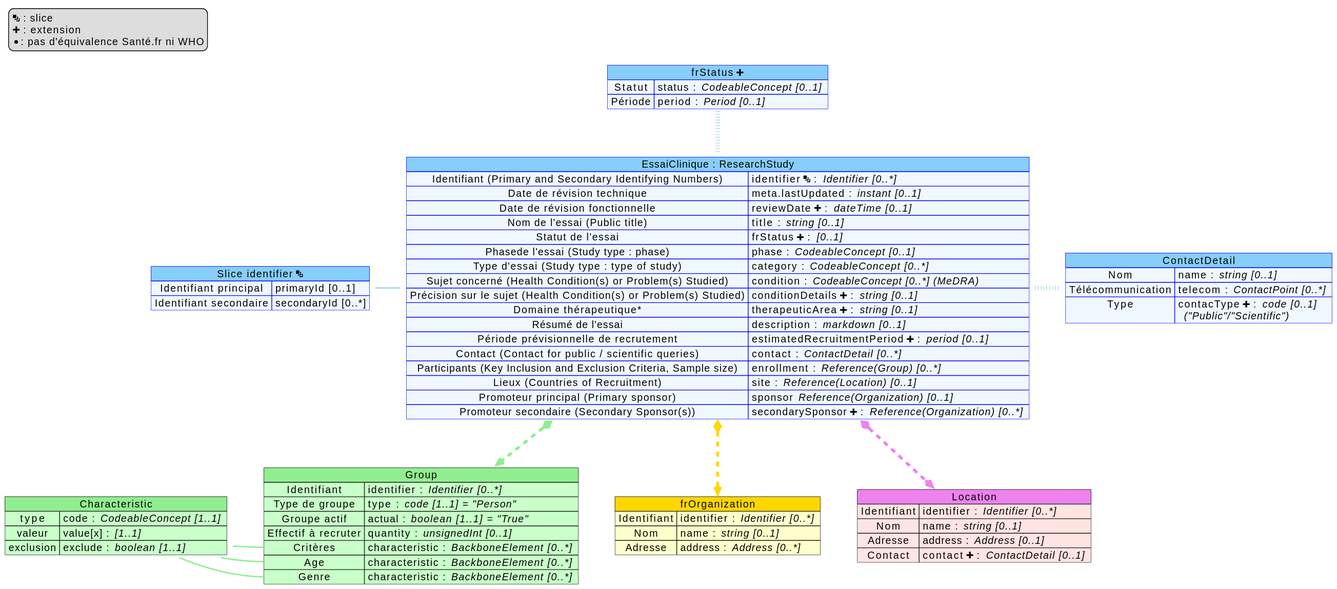
Before: input/images/mappingResearchStudy.svg, a diagram exported from PlantUML (ansforge/essais-cliniques).
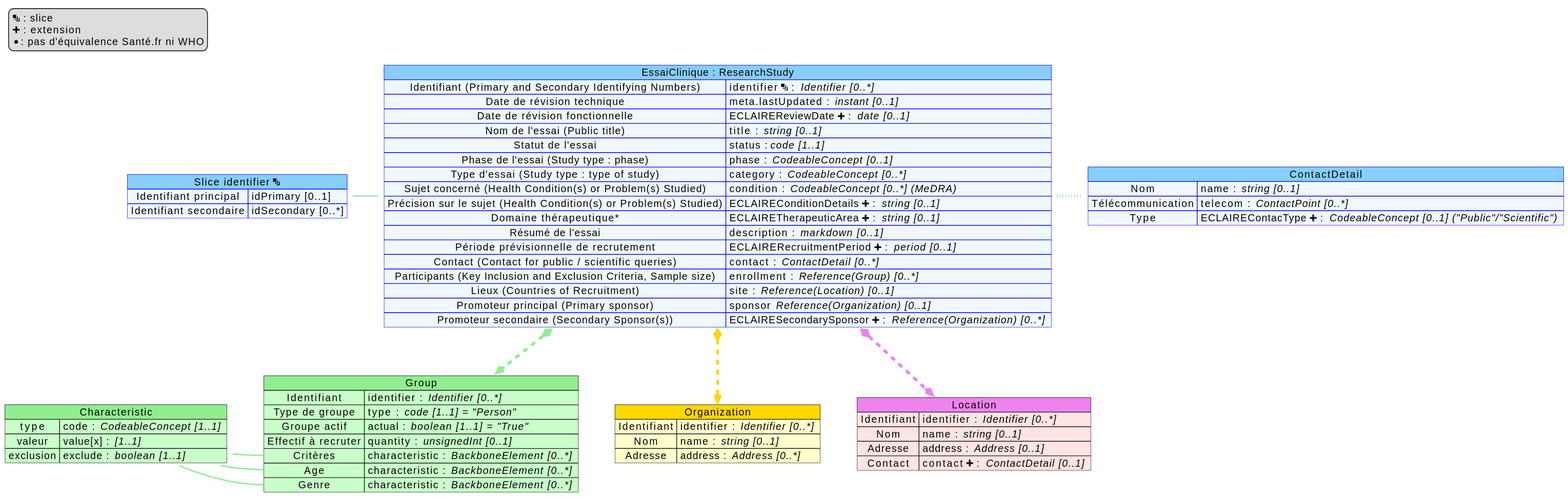
Above is the later version.

Commit message:
Maj mapping

Cohérence profiling

Diff of the diagram source:
```diff
@@ -2,17 +2,12 @@
 map "ContactDetail" as Contact #back:AliceBlue;header:LightSkyBlue;line:blue {
     Nom => name : // string [0..1] //
     Télécommunication => telecom : // ContactPoint [0..*] //
-    Type => contacType <&plus> : // code [0..1] // \n // ("Public"/"Scientific") //
-}
-
-map "frStatus <&plus>" as frStatus #back:AliceBlue;header:LightSkyBlue;line:blue {
-    Statut => status : // CodeableConcept [0..1] //
-    Période => period : // Period [0..1] //
+    Type => ECLAIREContacType <&plus> : // CodeableConcept [0..1] ("Public"/"Scientific") //
 }
 
 map "Slice identifier <&layers>" as slice_identifier #back:AliceBlue;header:LightSkyBlue;line:blue {
-    Identifiant principal => primaryId [0..1]
-    Identifiant secondaire => secondaryId [0..*]
+    Identifiant principal => idPrimary [0..1]
+    Identifiant secondaire => idSecondary [0..*]
 }
 
 map "Group" as Group #back:TECHNOLOGY;header:LightGreen {
@@ -31,7 +26,7 @@
     exclusion => exclude : // boolean [1..1] //
 }
 
-map "frOrganization" as Organization #back:BUSINESS;header:Gold {
+map "Organization" as Organization #back:BUSINESS;header:Gold {
     Identifiant => identifier : // Identifier [0..*] //
     Nom => name : // string [0..1] //
     Adresse => address : // Address [0..*] //
@@ -47,21 +42,21 @@
 map "EssaiClinique : ResearchStudy" as RS #back:AliceBlue;header:LightSkyBlue;line:blue {
     Identifiant (Primary and Secondary Identifying Numbers) => identifier <&layers> : // Identifier [0..*] //
     Date de révision technique => meta.lastUpdated : // instant [0..1] //
-    Date de révision fonctionnelle => reviewDate <&plus> : // dateTime [0..1] //
+    Date de révision fonctionnelle => ECLAIREReviewDate <&plus> : // date [0..1] //
     Nom de l'essai (Public title) => title : // string [0..1] //
-    Statut de l'essai => frStatus <&plus> : // [0..1] //
-    Phasede l'essai (Study type : phase) => phase : // CodeableConcept [0..1] //
+    Statut de l'essai => status : //code [1..1] //
+    Phase de l'essai (Study type : phase) => phase : // CodeableConcept [0..1] //
     Type d'essai (Study type : type of study) => category : // CodeableConcept [0..*] //
     Sujet concerné (Health Condition(s) or Problem(s) Studied) => condition : // CodeableConcept [0..*] (MeDRA) //
-    Précision sur le sujet (Health Condition(s)  or  Problem(s) Studied) => conditionDetails <&plus> : // string [0..1] //
-    Domaine thérapeutique* => therapeuticArea <&plus> : // string [0..1] //
+    Précision sur le sujet (Health Condition(s)  or  Problem(s) Studied) => ECLAIREConditionDetails <&plus> : // string [0..1] //
+    Domaine thérapeutique* => ECLAIRETherapeuticArea <&plus> : // string [0..1] //
     Résumé de l'essai => description : // markdown [0..1] //
-    Période prévisionnelle de recrutement => estimatedRecruitmentPeriod <&plus> : // period [0..1] //
+    Période prévisionnelle de recrutement => ECLAIRERecruitmentPeriod <&plus> : // period [0..1] //
     Contact (Contact for public / scientific queries) => contact : // ContactDetail [0..*] //
     Participants (Key Inclusion and Exclusion Criteria, Sample size) => enrollment : // Reference(Group) [0..*] //
     Lieux (Countries of Recruitment) => site : // Reference(Location) [0..1] //
     Promoteur principal (Primary sponsor) => sponsor // Reference(Organization) [0..1] //
-    Promoteur secondaire (Secondary Sponsor(s)) => secondarySponsor <&plus> : // Reference(Organization) [0..*] //
+    Promoteur secondaire (Secondary Sponsor(s)) => ECLAIRESecondarySponsor <&plus> : // Reference(Organization) [0..*] //
 }
 
 
@@ -71,7 +66,6 @@
 
 RS::Identifant -left[#lightBlue,thickness=2] slice_identifier
 RS::Contact -[#lightBlue,dotted,thickness=6] Contact
-frStatus -[#lightBlue,dotted,thickness=6]- RS::Statut
 
 Group -[hidden] Organization
 
```
